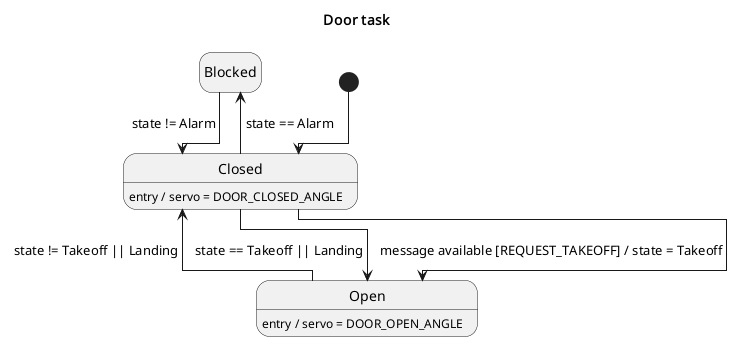
Above: assignments/02-sdh/docs/tasks/door.png in the-real-deal/unibo-iot-didospita (PlantUML), before the change. Source of this version:
```plantuml
@startuml DoorTask
!pragma layout elk
hide empty description

title "Door task"

state start <<start>>

state "Closed" as closed
closed : entry / servo = DOOR_CLOSED_ANGLE

state "Blocked" as blocked

state "Open" as open
open : entry / servo = DOOR_OPEN_ANGLE

start -d-> closed

closed -l-> blocked : state == Alarm
blocked -r-> closed : state != Alarm
closed -r-> open : message available [REQUEST_TAKEOFF] / state = Takeoff
closed -r-> open : state == Takeoff || Landing

open -l-> closed : state != Takeoff || Landing

@enduml
```
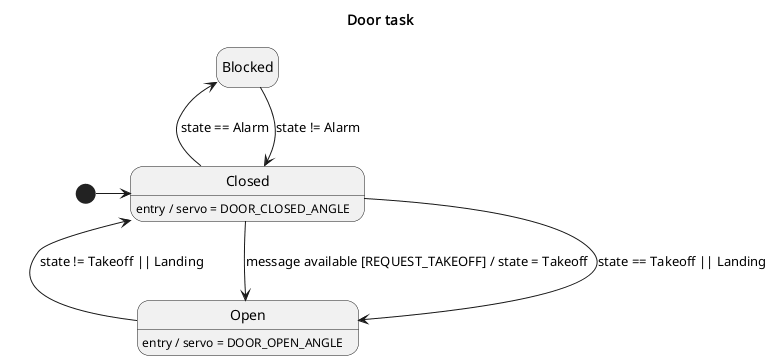
Above is the later version.

Commit message:
default plantuml layout

Diff of the diagram source:
```diff
@@ -1,5 +1,4 @@
 @startuml DoorTask
-!pragma layout elk
 hide empty description
 
 title "Door task"
@@ -14,12 +13,12 @@
 state "Open" as open
 open : entry / servo = DOOR_OPEN_ANGLE
 
-start -d-> closed
+start -r-> closed
 
-closed -l-> blocked : state == Alarm
-blocked -r-> closed : state != Alarm
-closed -r-> open : message available [REQUEST_TAKEOFF] / state = Takeoff
-closed -r-> open : state == Takeoff || Landing
+closed -u-> blocked : state == Alarm
+blocked -d-> closed : state != Alarm
+closed -d-> open : message available [REQUEST_TAKEOFF] / state = Takeoff
+closed -u-> open : state == Takeoff || Landing
 
 open -l-> closed : state != Takeoff || Landing
 
```
